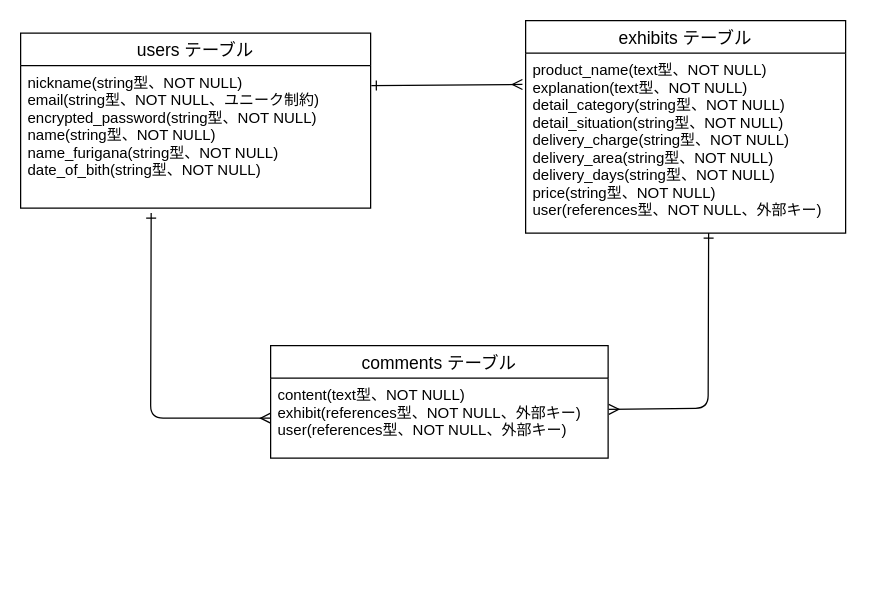
Before: furima.dio in oomasayuki/furima-38200, a draw.io diagram. Source tidied: cells renumbered, new cells numbered last; positions are measured from the earlier drawing's top-left corner, leaving out a move shared by most shapes. Both pictures are drawn from the tidied source at 125%, with x=0, y=0 at pixel (20, 20).
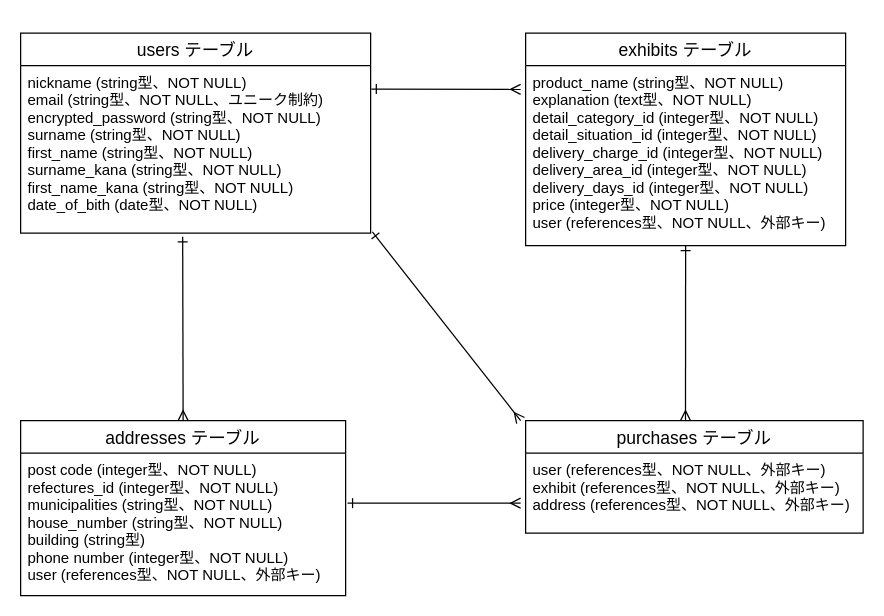
The same diagram, later.

Commit message (it also covers changes not shown here):
データベース設計修正１

The edit, as a diff of the source:
```diff
@@
 <mxGraphModel>
   <root>
     <mxCell id="0" />
     <mxCell id="1" parent="0" />
     <mxCell id="2" value="users テーブル" style="swimlane;fontStyle=0;horizontal=1;startSize=26;align=center;fontSize=14;" parent="1" vertex="1">
-      <mxGeometry y="10" width="280" height="140" as="geometry" />
+      <mxGeometry y="10" width="280" height="160" as="geometry" />
     </mxCell>
-    <mxCell id="3" value="nickname(string型、NOT NULL)&#10;email(string型、NOT NULL、ユニーク制約)&#10;encrypted_password(string型、NOT NULL)&#10;name(string型、NOT NULL)&#10;name_furigana(string型、NOT NULL)&#10;date_of_bith(string型、NOT NULL)&#10;" style="text;strokeColor=none;fillColor=none;spacingLeft=4;spacingRight=4;overflow=hidden;points=[[0,0.5],[1,0.5]];portConstraint=eastwest;fontSize=12;" parent="2" vertex="1">
-      <mxGeometry y="26" width="280" height="114" as="geometry" />
+    <mxCell id="3" value="nickname (string型、NOT NULL)&#10;email (string型、NOT NULL、ユニーク制約)&#10;encrypted_password (string型、NOT NULL)&#10;surname (string型、NOT NULL)&#10;first_name (string型、NOT NULL)&#10;surname_kana (string型、NOT NULL)&#10;first_name_kana (string型、NOT NULL)&#10;date_of_bith (date型、NOT NULL)&#10;" style="text;strokeColor=none;fillColor=none;spacingLeft=4;spacingRight=4;overflow=hidden;points=[[0,0.5],[1,0.5]];portConstraint=eastwest;fontSize=12;" parent="2" vertex="1">
+      <mxGeometry y="26" width="280" height="134" as="geometry" />
     </mxCell>
     <mxCell id="4" value="exhibits テーブル" style="swimlane;fontStyle=0;horizontal=1;startSize=26;align=center;fontSize=14;" parent="1" vertex="1">
-      <mxGeometry x="404" width="256" height="170" as="geometry" />
+      <mxGeometry x="404" y="10" width="256" height="170" as="geometry" />
     </mxCell>
-    <mxCell id="5" value="product_name(text型、NOT NULL)&#10;explanation(text型、NOT NULL)&#10;detail_category(string型、NOT NULL)&#10;detail_situation(string型、NOT NULL)&#10;delivery_charge(string型、NOT NULL)&#10;delivery_area(string型、NOT NULL)&#10;delivery_days(string型、NOT NULL)&#10;price(string型、NOT NULL)&#10;user(references型、NOT NULL、外部キー)" style="text;strokeColor=none;fillColor=none;spacingLeft=4;spacingRight=4;overflow=hidden;points=[[0,0.5],[1,0.5]];portConstraint=eastwest;fontSize=12;" parent="4" vertex="1">
+    <mxCell id="5" value="product_name (string型、NOT NULL)&#10;explanation (text型、NOT NULL)&#10;detail_category_id (integer型、NOT NULL)&#10;detail_situation_id (integer型、NOT NULL)&#10;delivery_charge_id (integer型、NOT NULL)&#10;delivery_area_id (integer型、NOT NULL)&#10;delivery_days_id (integer型、NOT NULL)&#10;price (integer型、NOT NULL)&#10;user (references型、NOT NULL、外部キー)" style="text;strokeColor=none;fillColor=none;spacingLeft=4;spacingRight=4;overflow=hidden;points=[[0,0.5],[1,0.5]];portConstraint=eastwest;fontSize=12;" parent="4" vertex="1">
       <mxGeometry y="26" width="256" height="144" as="geometry" />
     </mxCell>
-    <mxCell id="6" value="comments テーブル" style="swimlane;fontStyle=0;horizontal=1;startSize=26;align=center;fontSize=14;" parent="1" vertex="1">
-      <mxGeometry x="200" y="260" width="270" height="90" as="geometry" />
+    <mxCell id="6" value="addresses テーブル" style="swimlane;fontStyle=0;horizontal=1;startSize=26;align=center;fontSize=14;" parent="1" vertex="1">
+      <mxGeometry y="320" width="260" height="140" as="geometry" />
     </mxCell>
-    <mxCell id="7" value="content(text型、NOT NULL)&#10;exhibit(references型、NOT NULL、外部キー)&#10;user(references型、NOT NULL、外部キー)" style="text;strokeColor=none;fillColor=none;spacingLeft=4;spacingRight=4;overflow=hidden;points=[[0,0.5],[1,0.5]];portConstraint=eastwest;fontSize=12;" parent="6" vertex="1">
-      <mxGeometry y="26" width="270" height="64" as="geometry" />
+    <mxCell id="7" value="post code (integer型、NOT NULL)&#10;refectures_id (integer型、NOT NULL)&#10;municipalities (string型、NOT NULL)&#10;house_number (string型、NOT NULL)&#10;building (string型)&#10;phone number (integer型、NOT NULL)&#10;user (references型、NOT NULL、外部キー)" style="text;strokeColor=none;fillColor=none;spacingLeft=4;spacingRight=4;overflow=hidden;points=[[0,0.5],[1,0.5]];portConstraint=eastwest;fontSize=12;" parent="6" vertex="1">
+      <mxGeometry y="26" width="260" height="114" as="geometry" />
     </mxCell>
-    <mxCell id="8" style="edgeStyle=none;html=1;exitX=1.002;exitY=0.14;exitDx=0;exitDy=0;entryX=-0.01;entryY=0.174;entryDx=0;entryDy=0;entryPerimeter=0;endArrow=ERmany;endFill=0;startArrow=ERone;startFill=0;exitPerimeter=0;" parent="1" edge="1" source="3" target="5">
-      <mxGeometry relative="1" as="geometry" />
+    <mxCell id="8" style="edgeStyle=none;html=1;exitX=1.002;exitY=0.14;exitDx=0;exitDy=0;endArrow=ERmany;endFill=0;startArrow=ERone;startFill=0;exitPerimeter=0;" parent="1" edge="1" source="3">
+      <mxGeometry relative="1" as="geometry">
+        <mxPoint x="400" y="55" as="targetPoint" />
+      </mxGeometry>
     </mxCell>
-    <mxCell id="9" style="edgeStyle=none;html=1;exitX=0;exitY=0.5;exitDx=0;exitDy=0;entryX=0.373;entryY=1.035;entryDx=0;entryDy=0;entryPerimeter=0;startArrow=ERmany;startFill=0;endArrow=ERone;endFill=0;" parent="1" edge="1" source="7" target="3">
-      <mxGeometry relative="1" as="geometry">
-        <Array as="points">
-          <mxPoint x="104" y="318" />
-        </Array>
-      </mxGeometry>
-    </mxCell>
-    <mxCell id="10" style="edgeStyle=none;html=1;exitX=1.002;exitY=0.391;exitDx=0;exitDy=0;entryX=0.373;entryY=1.035;entryDx=0;entryDy=0;entryPerimeter=0;startArrow=ERmany;startFill=0;endArrow=ERone;endFill=0;exitPerimeter=0;" parent="1" edge="1" source="7">
-      <mxGeometry relative="1" as="geometry">
-        <mxPoint x="550.4" y="170" as="targetPoint" />
-        <Array as="points">
-          <mxPoint x="550" y="310" />
-        </Array>
-      </mxGeometry>
-    </mxCell>
+    <mxCell id="11" value="purchases テーブル" style="swimlane;fontStyle=0;horizontal=1;startSize=26;align=center;fontSize=14;" parent="1" vertex="1">
+      <mxGeometry x="404" y="320" width="270" height="90" as="geometry" />
+    </mxCell>
+    <mxCell id="12" value="user (references型、NOT NULL、外部キー)&#10;exhibit (references型、NOT NULL、外部キー)&#10;address (references型、NOT NULL、外部キー)" style="text;strokeColor=none;fillColor=none;spacingLeft=4;spacingRight=4;overflow=hidden;fontSize=12;" parent="11" vertex="1">
+      <mxGeometry y="26" width="270" height="64" as="geometry" />
+    </mxCell>
+    <mxCell id="13" style="edgeStyle=none;html=1;startArrow=ERmany;startFill=0;endArrow=ERone;endFill=0;exitX=0.5;exitY=0;exitDx=0;exitDy=0;entryX=0.463;entryY=1.022;entryDx=0;entryDy=0;entryPerimeter=0;" parent="1" edge="1" source="6" target="3">
+      <mxGeometry relative="1" as="geometry" />
+    </mxCell>
+    <mxCell id="14" style="edgeStyle=none;html=1;startArrow=ERmany;startFill=0;endArrow=ERone;endFill=0;exitX=0.5;exitY=0;exitDx=0;exitDy=0;" parent="1" edge="1">
+      <mxGeometry relative="1" as="geometry">
+        <mxPoint x="531.9" y="320" as="sourcePoint" />
+        <mxPoint x="532" y="180" as="targetPoint" />
+      </mxGeometry>
+    </mxCell>
+    <mxCell id="15" style="edgeStyle=none;html=1;startArrow=ERmany;startFill=0;endArrow=ERone;endFill=0;entryX=1.005;entryY=0.993;entryDx=0;entryDy=0;entryPerimeter=0;" parent="1" edge="1" target="3">
+      <mxGeometry relative="1" as="geometry">
+        <mxPoint x="400" y="320" as="sourcePoint" />
+      </mxGeometry>
+    </mxCell>
+    <mxCell id="16" style="edgeStyle=none;html=1;startArrow=ERmany;startFill=0;endArrow=ERone;endFill=0;entryX=1.006;entryY=0.351;entryDx=0;entryDy=0;entryPerimeter=0;" parent="1" edge="1" target="7">
+      <mxGeometry relative="1" as="geometry">
+        <mxPoint x="400" y="386" as="sourcePoint" />
+      </mxGeometry>
+    </mxCell>
   </root>
 </mxGraphModel>
```
